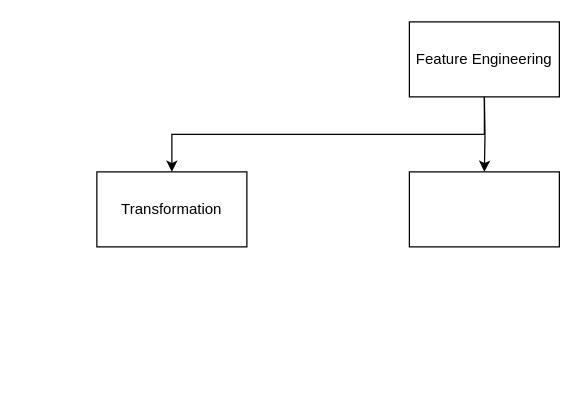
maha-prathamesh/MLAINOTES keeps this draw.io diagram as Feature_Engineering.drawio. Above is the earlier version. Source tidied: cells renumbered, new cells numbered last; positions are measured from the earlier drawing's top-left corner, leaving out a move shared by most shapes. Both pictures are drawn from the tidied source at 125%, with x=0, y=0 at pixel (96, 21).
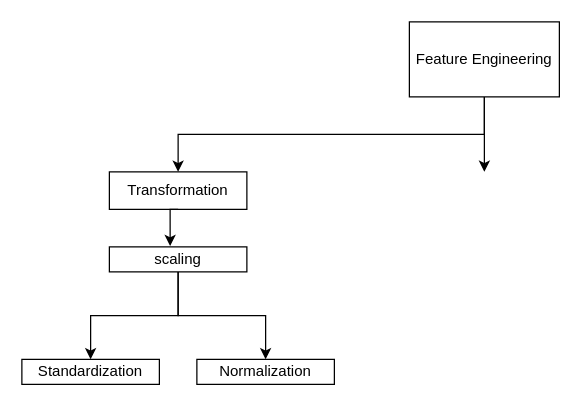
After the change.

Change to the diagram source:
```diff
@@
 <mxGraphModel>
   <root>
     <mxCell id="0" />
     <mxCell id="1" parent="0" />
     <mxCell id="2" value="Feature Engineering" style="rounded=0;whiteSpace=wrap;html=1;" parent="1" vertex="1">
       <mxGeometry x="250" width="120" height="60" as="geometry" />
     </mxCell>
     <mxCell id="3" value="Transformation" style="rounded=0;whiteSpace=wrap;html=1;" parent="1" vertex="1">
-      <mxGeometry y="120" width="120" height="60" as="geometry" />
+      <mxGeometry x="10" y="120" width="110" height="30" as="geometry" />
     </mxCell>
     <mxCell id="4" style="edgeStyle=orthogonalEdgeStyle;rounded=0;jettySize=auto;html=1;exitX=0.5;exitY=1;exitDx=0;exitDy=0;" parent="1" edge="1" source="2" target="3">
       <mxGeometry relative="1" as="geometry" />
     </mxCell>
-    <mxCell id="5" style="rounded=0;whiteSpace=wrap;html=1;" parent="1" vertex="1">
-      <mxGeometry x="250" y="120" width="120" height="60" as="geometry" />
-    </mxCell>
-    <mxCell id="6" style="edgeStyle=orthogonalEdgeStyle;rounded=0;jettySize=auto;html=1;" parent="1" edge="1" target="5">
+    <mxCell id="6" style="edgeStyle=orthogonalEdgeStyle;rounded=0;orthogonalLoop=1;jettySize=auto;html=1;" parent="1" edge="1">
       <mxGeometry relative="1" as="geometry">
         <mxPoint x="310" y="60" as="sourcePoint" />
+        <mxPoint x="310" y="120" as="targetPoint" />
       </mxGeometry>
     </mxCell>
+    <mxCell id="7" style="edgeStyle=orthogonalEdgeStyle;rounded=0;jettySize=auto;html=1;" parent="1" edge="1" source="8" target="11">
+      <mxGeometry relative="1" as="geometry" />
+    </mxCell>
+    <mxCell id="8" value="scaling" style="rounded=0;whiteSpace=wrap;html=1;" parent="1" vertex="1">
+      <mxGeometry x="10" y="180" width="110" height="20" as="geometry" />
+    </mxCell>
+    <mxCell id="9" style="edgeStyle=orthogonalEdgeStyle;rounded=0;jettySize=auto;html=1;exitX=0.5;exitY=1;exitDx=0;exitDy=0;entryX=0.442;entryY=-0.033;entryDx=0;entryDy=0;entryPerimeter=0;" parent="1" edge="1" source="3" target="8">
+      <mxGeometry relative="1" as="geometry" />
+    </mxCell>
+    <mxCell id="10" value="Standardization" style="rounded=0;whiteSpace=wrap;html=1;" parent="1" vertex="1">
+      <mxGeometry x="-60" y="270" width="110" height="20" as="geometry" />
+    </mxCell>
+    <mxCell id="11" value="Normalization" style="rounded=0;whiteSpace=wrap;html=1;" parent="1" vertex="1">
+      <mxGeometry x="80" y="270" width="110" height="20" as="geometry" />
+    </mxCell>
+    <mxCell id="12" style="edgeStyle=orthogonalEdgeStyle;rounded=0;jettySize=auto;html=1;exitX=0.5;exitY=1;exitDx=0;exitDy=0;entryX=0.5;entryY=0;entryDx=0;entryDy=0;" parent="1" edge="1" source="8" target="10">
+      <mxGeometry relative="1" as="geometry" />
+    </mxCell>
   </root>
 </mxGraphModel>
```
